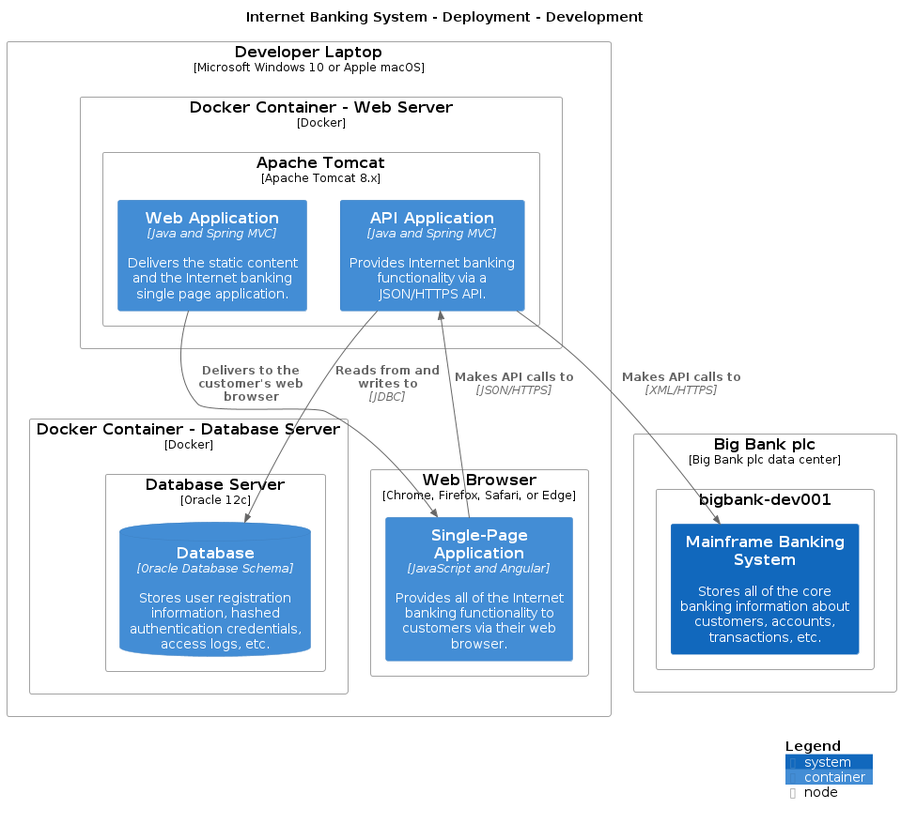
Above: main/png/DevelopmentDeployment.png in avisi-cloud/structurizr-site-generatr (PlantUML), before the change. The source it was exported from:
```plantuml
@startuml
title Internet Banking System - Deployment - Development

top to bottom direction

!include /home/runner/work/structurizr-site-generatr/structurizr-site-generatr/build/puml-cache/C4.puml
!include /home/runner/work/structurizr-site-generatr/structurizr-site-generatr/build/puml-cache/C4_Context.puml
!include /home/runner/work/structurizr-site-generatr/structurizr-site-generatr/build/puml-cache/C4_Container.puml
!include /home/runner/work/structurizr-site-generatr/structurizr-site-generatr/build/puml-cache/C4_Deployment.puml

Deployment_Node(Development.DeveloperLaptop, "Developer Laptop", "Microsoft Windows 10 or Apple macOS", $tags="") {
  Deployment_Node(Development.DeveloperLaptop.DockerContainerDatabaseServer, "Docker Container - Database Server", "Docker", $tags="") {
    Deployment_Node(Development.DeveloperLaptop.DockerContainerDatabaseServer.DatabaseServer, "Database Server", "Oracle 12c", $tags="") {
      ContainerDb(Development.DeveloperLaptop.DockerContainerDatabaseServer.DatabaseServer.Database_1, "Database", "Oracle Database Schema", "Stores user registration information, hashed authentication credentials, access logs, etc.", $tags="")
    }

  }

  Deployment_Node(Development.DeveloperLaptop.DockerContainerWebServer, "Docker Container - Web Server", "Docker", $tags="") {
    Deployment_Node(Development.DeveloperLaptop.DockerContainerWebServer.ApacheTomcat, "Apache Tomcat", "Apache Tomcat 8.x", $tags="") {
      Container(Development.DeveloperLaptop.DockerContainerWebServer.ApacheTomcat.APIApplication_1, "API Application", "Java and Spring MVC", "Provides Internet banking functionality via a JSON/HTTPS API.", $tags="")
      Container(Development.DeveloperLaptop.DockerContainerWebServer.ApacheTomcat.WebApplication_1, "Web Application", "Java and Spring MVC", "Delivers the static content and the Internet banking single page application.", $tags="")
    }

  }

  Deployment_Node(Development.DeveloperLaptop.WebBrowser, "Web Browser", "Chrome, Firefox, Safari, or Edge", $tags="") {
    Container(Development.DeveloperLaptop.WebBrowser.SinglePageApplication_1, "Single-Page Application", "JavaScript and Angular", "Provides all of the Internet banking functionality to customers via their web browser.", $tags="")
  }

}

Deployment_Node(Development.BigBankplc, "Big Bank plc", "Big Bank plc data center", $tags="") {
  Deployment_Node(Development.BigBankplc.bigbankdev001, "bigbank-dev001", $tags="") {
    System(Development.BigBankplc.bigbankdev001.MainframeBankingSystem_1, "Mainframe Banking System", "Stores all of the core banking information about customers, accounts, transactions, etc.", $tags="")
  }

}

Rel_D(Development.DeveloperLaptop.DockerContainerWebServer.ApacheTomcat.WebApplication_1, Development.DeveloperLaptop.WebBrowser.SinglePageApplication_1, "Delivers to the customer's web browser", $tags="")
Rel_D(Development.DeveloperLaptop.WebBrowser.SinglePageApplication_1, Development.DeveloperLaptop.DockerContainerWebServer.ApacheTomcat.APIApplication_1, "Makes API calls to", "JSON/HTTPS", $tags="")
Rel_D(Development.DeveloperLaptop.DockerContainerWebServer.ApacheTomcat.APIApplication_1, Development.DeveloperLaptop.DockerContainerDatabaseServer.DatabaseServer.Database_1, "Reads from and writes to", "JDBC", $tags="")
Rel_D(Development.DeveloperLaptop.DockerContainerWebServer.ApacheTomcat.APIApplication_1, Development.BigBankplc.bigbankdev001.MainframeBankingSystem_1, "Makes API calls to", "XML/HTTPS", $tags="")

SHOW_LEGEND(true)
@enduml
```
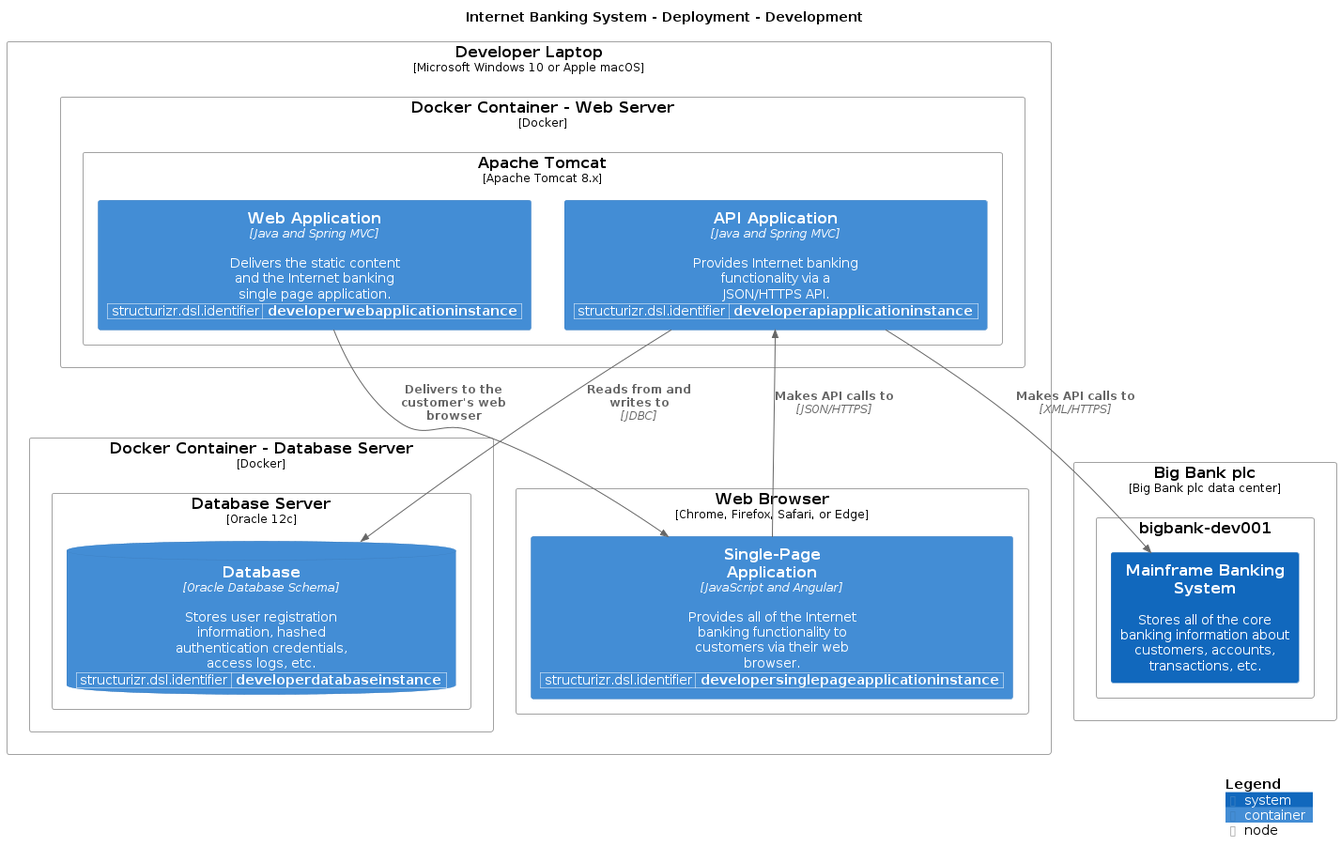
The same diagram one commit later.

What changed in the source:
```diff
@@ -1,4 +1,5 @@
 @startuml
+set separator none
 title Internet Banking System - Deployment - Development
 
 top to bottom direction
@@ -11,6 +12,8 @@
 Deployment_Node(Development.DeveloperLaptop, "Developer Laptop", "Microsoft Windows 10 or Apple macOS", $tags="") {
   Deployment_Node(Development.DeveloperLaptop.DockerContainerDatabaseServer, "Docker Container - Database Server", "Docker", $tags="") {
     Deployment_Node(Development.DeveloperLaptop.DockerContainerDatabaseServer.DatabaseServer, "Database Server", "Oracle 12c", $tags="") {
+      WithoutPropertyHeader()
+      AddProperty("structurizr.dsl.identifier","developerdatabaseinstance")
       ContainerDb(Development.DeveloperLaptop.DockerContainerDatabaseServer.DatabaseServer.Database_1, "Database", "Oracle Database Schema", "Stores user registration information, hashed authentication credentials, access logs, etc.", $tags="")
     }
 
@@ -18,13 +21,19 @@
 
   Deployment_Node(Development.DeveloperLaptop.DockerContainerWebServer, "Docker Container - Web Server", "Docker", $tags="") {
     Deployment_Node(Development.DeveloperLaptop.DockerContainerWebServer.ApacheTomcat, "Apache Tomcat", "Apache Tomcat 8.x", $tags="") {
+      WithoutPropertyHeader()
+      AddProperty("structurizr.dsl.identifier","developerapiapplicationinstance")
       Container(Development.DeveloperLaptop.DockerContainerWebServer.ApacheTomcat.APIApplication_1, "API Application", "Java and Spring MVC", "Provides Internet banking functionality via a JSON/HTTPS API.", $tags="")
+      WithoutPropertyHeader()
+      AddProperty("structurizr.dsl.identifier","developerwebapplicationinstance")
       Container(Development.DeveloperLaptop.DockerContainerWebServer.ApacheTomcat.WebApplication_1, "Web Application", "Java and Spring MVC", "Delivers the static content and the Internet banking single page application.", $tags="")
     }
 
   }
 
   Deployment_Node(Development.DeveloperLaptop.WebBrowser, "Web Browser", "Chrome, Firefox, Safari, or Edge", $tags="") {
+    WithoutPropertyHeader()
+    AddProperty("structurizr.dsl.identifier","developersinglepageapplicationinstance")
     Container(Development.DeveloperLaptop.WebBrowser.SinglePageApplication_1, "Single-Page Application", "JavaScript and Angular", "Provides all of the Internet banking functionality to customers via their web browser.", $tags="")
   }
 
```
